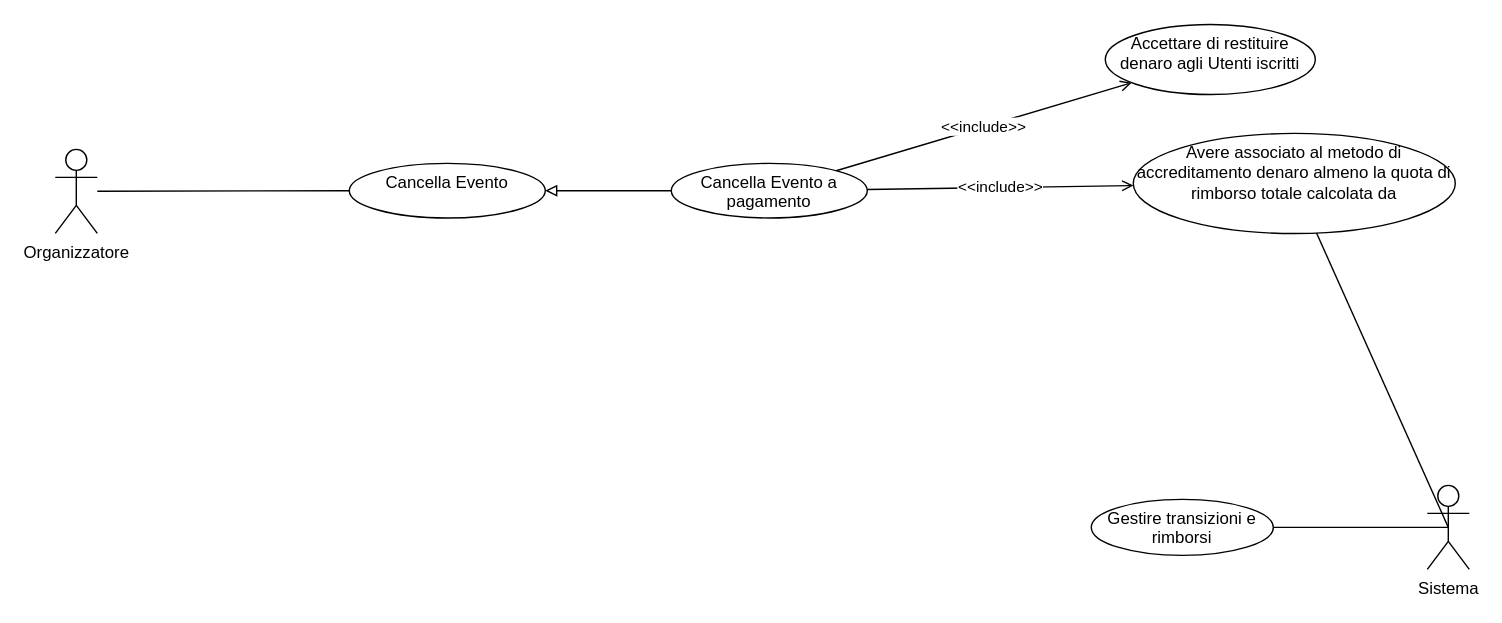
Earlier version of the draw.io diagram UseCase/RF13_Cancellazione_Evento/Cancellazione_Evento.drawio (4spot-team/documentation). Source tidied: cells renumbered, new cells numbered last; positions are measured from the earlier drawing's top-left corner, leaving out a move shared by most shapes. Both pictures are drawn from the tidied source at 140%, with x=0, y=0 at pixel (55, 24).
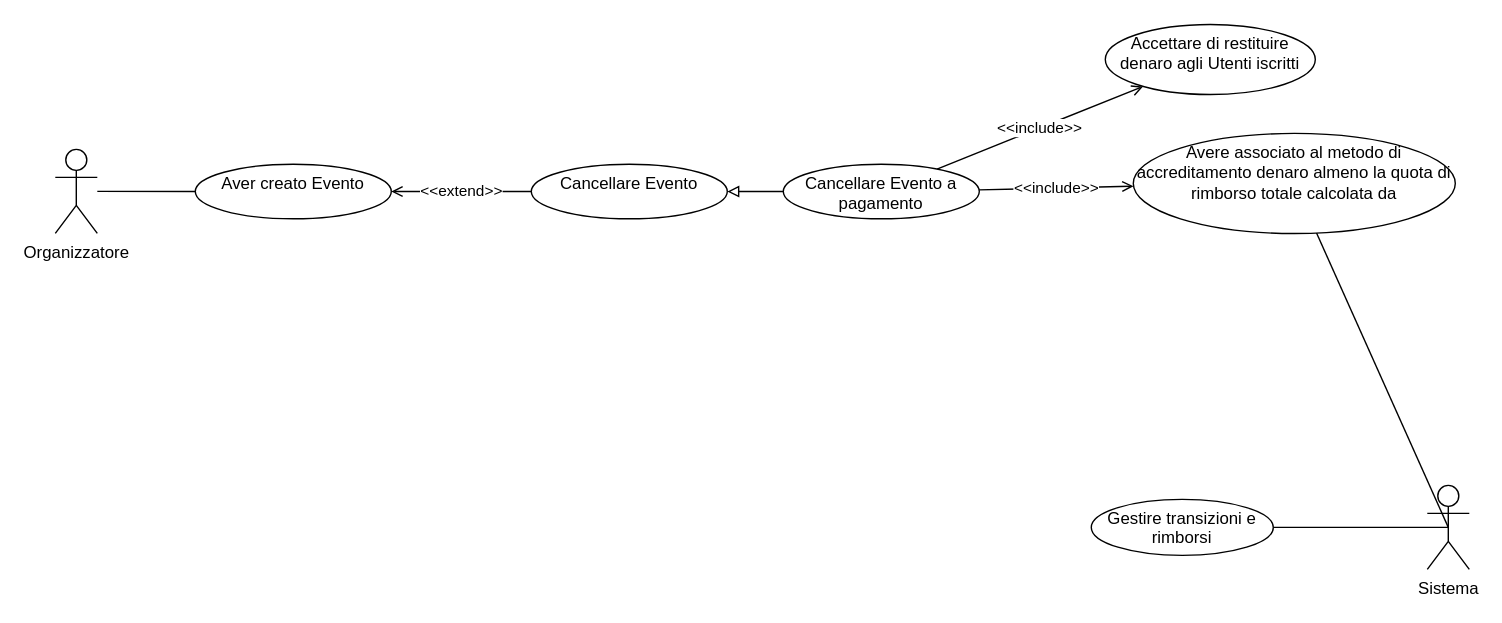
Above is the later version.

What changed in the source:
```diff
@@
 <mxGraphModel>
   <root>
     <mxCell id="0" />
     <mxCell id="1" parent="0" />
-    <mxCell id="2" style="rounded=0;jettySize=auto;html=1;endArrow=none;endFill=0;" parent="1" edge="1" source="3" target="5">
+    <mxCell id="2" value="&amp;lt;&amp;lt;extend&amp;gt;&amp;gt;" style="rounded=0;jettySize=auto;html=1;endArrow=open;endFill=0;startArrow=none;entryX=1;entryY=0.5;entryDx=0;entryDy=0;" parent="1" edge="1" source="5" target="15">
       <mxGeometry relative="1" as="geometry" />
     </mxCell>
     <mxCell id="3" value="Organizzatore" style="shape=umlActor;verticalLabelPosition=bottom;verticalAlign=top;html=1;outlineConnect=0;" parent="1" vertex="1">
       <mxGeometry y="89.2" width="30" height="60" as="geometry" />
     </mxCell>
     <mxCell id="4" style="edgeStyle=none;rounded=0;jettySize=auto;html=1;endArrow=block;endFill=0;" parent="1" edge="1" source="8" target="5">
       <mxGeometry relative="1" as="geometry" />
     </mxCell>
-    <mxCell id="5" value="Cancella Evento" style="ellipse;whiteSpace=wrap;html=1;verticalAlign=top;" parent="1" vertex="1">
-      <mxGeometry x="210" y="99.2" width="140" height="39" as="geometry" />
+    <mxCell id="5" value="Cancellare Evento" style="ellipse;whiteSpace=wrap;html=1;verticalAlign=top;" parent="1" vertex="1">
+      <mxGeometry x="340" y="99.8" width="140" height="39" as="geometry" />
     </mxCell>
     <mxCell id="6" value="&amp;lt;&amp;lt;include&amp;gt;&amp;gt;" style="edgeStyle=none;rounded=0;jettySize=auto;html=1;endArrow=open;endFill=0;" parent="1" edge="1" source="8" target="9">
       <mxGeometry relative="1" as="geometry" />
     </mxCell>
     <mxCell id="7" value="&lt;span style=&quot;color: rgb(0, 0, 0); font-family: Helvetica; font-size: 11px; font-style: normal; font-variant-ligatures: normal; font-variant-caps: normal; font-weight: 400; letter-spacing: normal; orphans: 2; text-align: center; text-indent: 0px; text-transform: none; widows: 2; word-spacing: 0px; -webkit-text-stroke-width: 0px; background-color: rgb(255, 255, 255); text-decoration-thickness: initial; text-decoration-style: initial; text-decoration-color: initial; float: none; display: inline !important;&quot;&gt;&amp;lt;&amp;lt;include&amp;gt;&amp;gt;&lt;/span&gt;" style="edgeStyle=none;rounded=0;jettySize=auto;html=1;endArrow=open;endFill=0;" parent="1" edge="1" source="8" target="11">
       <mxGeometry relative="1" as="geometry" />
     </mxCell>
-    <mxCell id="8" value="Cancella Evento a pagamento" style="ellipse;whiteSpace=wrap;html=1;verticalAlign=top;" parent="1" vertex="1">
-      <mxGeometry x="440" y="99.2" width="140" height="39" as="geometry" />
+    <mxCell id="8" value="Cancellare Evento a pagamento" style="ellipse;whiteSpace=wrap;html=1;verticalAlign=top;" parent="1" vertex="1">
+      <mxGeometry x="520" y="99.8" width="140" height="39" as="geometry" />
     </mxCell>
     <mxCell id="9" value="Accettare di restituire denaro agli Utenti iscritti" style="ellipse;whiteSpace=wrap;html=1;verticalAlign=top;" parent="1" vertex="1">
       <mxGeometry x="750" width="150" height="50" as="geometry" />
     </mxCell>
     <mxCell id="10" style="edgeStyle=none;rounded=0;jettySize=auto;html=1;entryX=0.5;entryY=0.5;entryDx=0;entryDy=0;entryPerimeter=0;endArrow=none;endFill=0;" parent="1" edge="1" source="11" target="12">
       <mxGeometry relative="1" as="geometry" />
     </mxCell>
     <mxCell id="11" value="Avere associato al metodo di accreditamento denaro almeno la quota di rimborso totale calcolata da" style="ellipse;whiteSpace=wrap;html=1;verticalAlign=top;" parent="1" vertex="1">
       <mxGeometry x="770" y="77.8" width="230" height="71.5" as="geometry" />
     </mxCell>
     <mxCell id="12" value="Sistema" style="shape=umlActor;verticalLabelPosition=bottom;verticalAlign=top;html=1;outlineConnect=0;" parent="1" vertex="1">
       <mxGeometry x="980" y="329.2" width="30" height="60" as="geometry" />
     </mxCell>
     <mxCell id="13" style="edgeStyle=none;rounded=0;jettySize=auto;html=1;entryX=0.5;entryY=0.5;entryDx=0;entryDy=0;entryPerimeter=0;endArrow=none;endFill=0;" parent="1" edge="1" source="14" target="12">
       <mxGeometry relative="1" as="geometry" />
     </mxCell>
     <mxCell id="14" value="Gestire transizioni e rimborsi" style="ellipse;whiteSpace=wrap;html=1;verticalAlign=top;" parent="1" vertex="1">
       <mxGeometry x="740" y="339.2" width="130" height="40" as="geometry" />
     </mxCell>
+    <mxCell id="15" value="Aver creato Evento" style="ellipse;whiteSpace=wrap;html=1;verticalAlign=top;" parent="1" vertex="1">
+      <mxGeometry x="100" y="99.8" width="140" height="39" as="geometry" />
+    </mxCell>
+    <mxCell id="16" style="rounded=0;jettySize=auto;html=1;endArrow=none;endFill=0;" parent="1" edge="1" source="3" target="15">
+      <mxGeometry relative="1" as="geometry" />
+    </mxCell>
   </root>
 </mxGraphModel>
```
